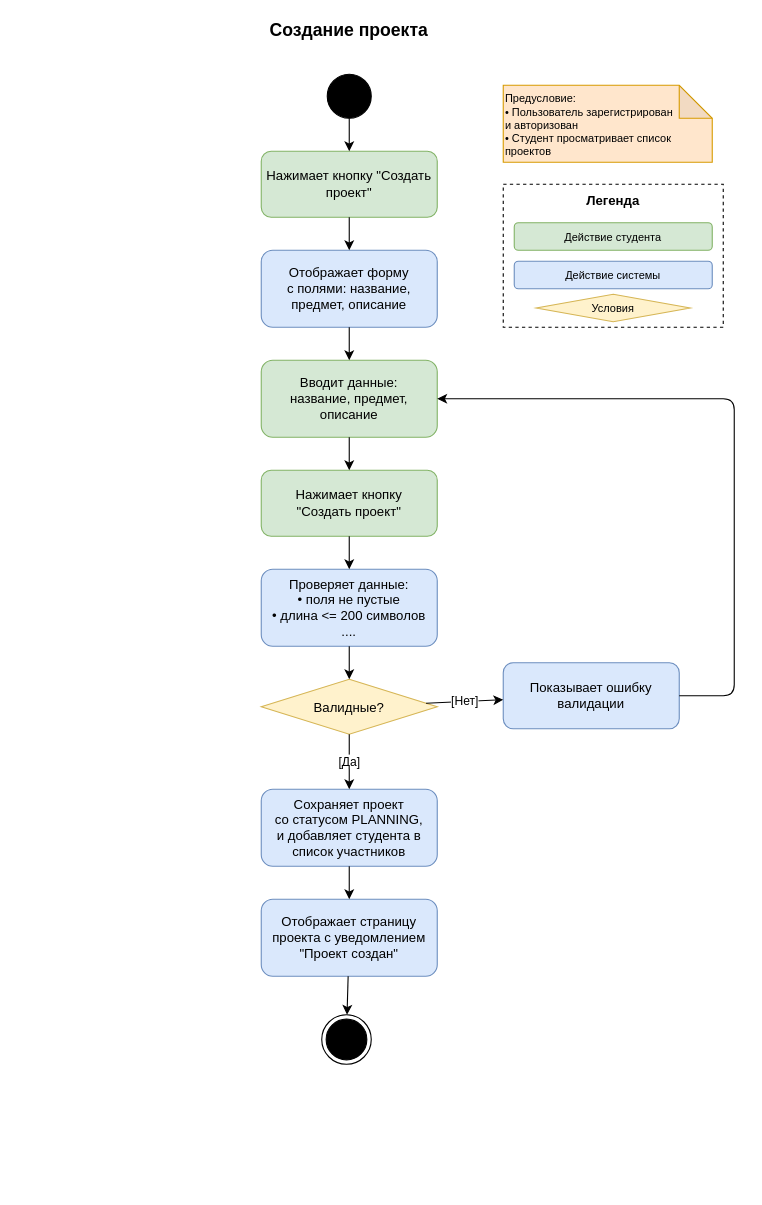
Educational-Projects-Se2my00of5/osnovyprymoyrazrabotki keeps this draw.io diagram as page "Создание проекта" (1 of 7) of diagrams/activity-scenarios.drawio. Above is the earlier version. Source tidied: cells renumbered, new cells numbered last; positions are measured from the earlier drawing's top-left corner, leaving out a move shared by most shapes. Both pictures are drawn from the tidied source at 110%, with x=0, y=0 at pixel (19, 19).
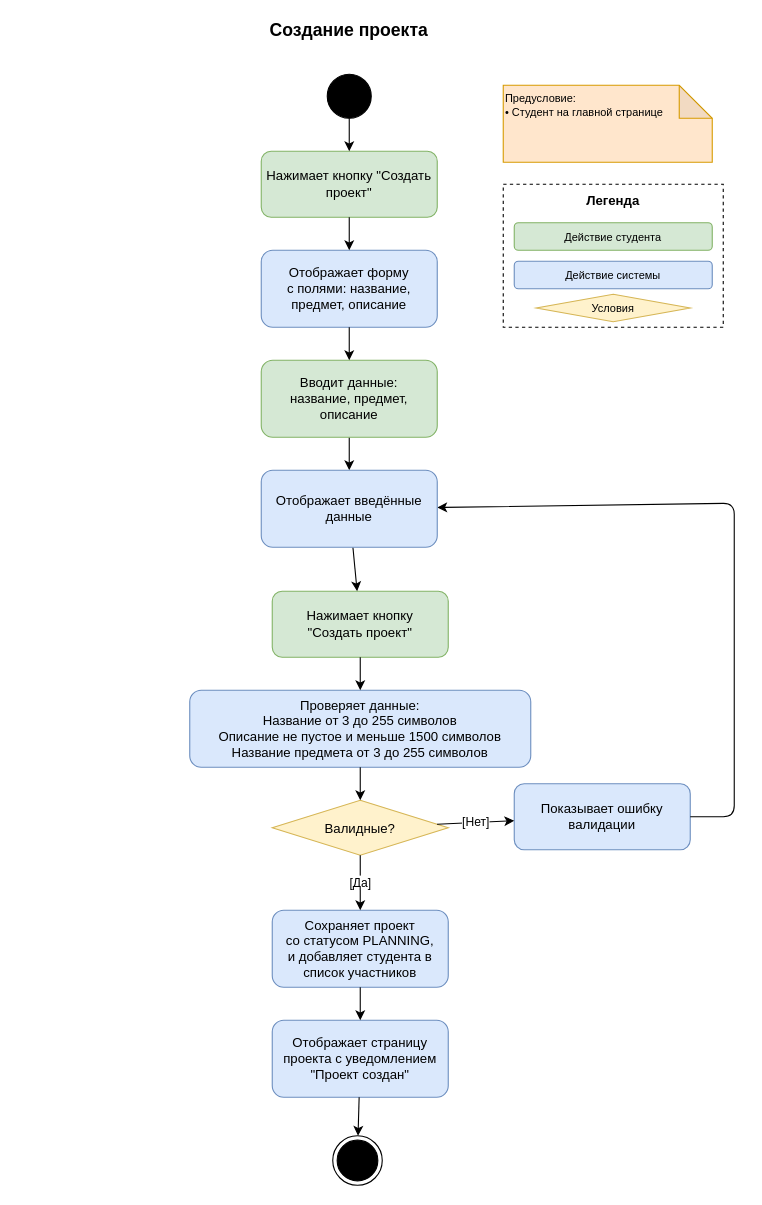
After the change.

The change refers to these unchanged cells:
```xml
<mxCell id="15" value="Вводит данные:&#10;название, предмет,&#10;описание" style="rounded=1;whiteSpace=wrap;html=1;fillColor=#d5e8d4;strokeColor=#82b366;" parent="1" vertex="1">
  <mxGeometry x="220" y="310" width="160" height="70" as="geometry" />
</mxCell>
```

Change to the diagram source:
```diff
@@
-    <mxCell id="3" value="Предусловие:&lt;br&gt;• Пользователь зарегистрирован&lt;br&gt;  и авторизован&lt;div&gt;&lt;font color=&quot;#000000&quot;&gt;&lt;span style=&quot;color: rgb(0, 0, 0);&quot;&gt;• Студент просматривает список проектов&lt;/span&gt;&lt;br&gt;&lt;/font&gt;&lt;div&gt;&lt;br&gt;&lt;/div&gt;&lt;/div&gt;" style="shape=note;whiteSpace=wrap;html=1;backgroundOutline=1;darkOpacity=0.05;fillColor=#ffe6cc;strokeColor=#d79b00;align=left;verticalAlign=top;fontSize=10;" parent="1" vertex="1">
+    <mxCell id="3" value="Предусловие:&lt;br&gt;&lt;div&gt;&lt;font color=&quot;#000000&quot;&gt;&lt;span style=&quot;color: rgb(0, 0, 0);&quot;&gt;• Студент на главной странице&lt;/span&gt;&lt;/font&gt;&lt;/div&gt;" style="shape=note;whiteSpace=wrap;html=1;backgroundOutline=1;darkOpacity=0.05;fillColor=#ffe6cc;strokeColor=#d79b00;align=left;verticalAlign=top;fontSize=10;" parent="1" vertex="1">
       <mxGeometry x="440" y="60" width="190" height="70" as="geometry" />
     </mxCell>
@@
+    <mxCell id="32" style="edgeStyle=none;html=1;exitX=0.5;exitY=1;exitDx=0;exitDy=0;" parent="1" edge="1" source="15" target="33">
+      <mxGeometry relative="1" as="geometry" />
+    </mxCell>
@@
     <mxCell id="17" value="Нажимает кнопку&#10;&quot;Создать проект&quot;" style="rounded=1;whiteSpace=wrap;html=1;fillColor=#d5e8d4;strokeColor=#82b366;" parent="1" vertex="1">
-      <mxGeometry x="220" y="410" width="160" height="60" as="geometry" />
+      <mxGeometry x="230" y="520" width="160" height="60" as="geometry" />
     </mxCell>
-    <mxCell id="18" style="endArrow=classic;html=1;" parent="1" edge="1" source="15" target="17">
+    <mxCell id="18" style="endArrow=classic;html=1;" parent="1" edge="1" source="33" target="17">
       <mxGeometry relative="1" as="geometry" />
     </mxCell>
-    <mxCell id="19" value="Проверяет данные:&lt;br&gt;• поля не пустые&lt;br&gt;• длина &amp;lt;= 200 символов&lt;br&gt;...." style="rounded=1;whiteSpace=wrap;html=1;fillColor=#dae8fc;strokeColor=#6c8ebf;" parent="1" vertex="1">
-      <mxGeometry x="220" y="500" width="160" height="70" as="geometry" />
+    <mxCell id="19" value="Проверяет данные:&lt;br&gt;Название от 3 до 255 символов&lt;div&gt;&lt;font color=&quot;#000000&quot;&gt;Описание не пустое и меньше 1500 символов&lt;/font&gt;&lt;br&gt;&lt;/div&gt;&lt;div&gt;Название предмета от 3 до 255 символов&lt;/div&gt;" style="rounded=1;whiteSpace=wrap;html=1;fillColor=#dae8fc;strokeColor=#6c8ebf;" parent="1" vertex="1">
+      <mxGeometry x="155" y="610" width="310" height="70" as="geometry" />
     </mxCell>
@@
     <mxCell id="21" value="Валидные?" style="rhombus;fillColor=#fff2cc;strokeColor=#d6b656;" parent="1" vertex="1">
-      <mxGeometry x="220" y="600" width="160" height="50" as="geometry" />
+      <mxGeometry x="230" y="710" width="160" height="50" as="geometry" />
     </mxCell>
@@
     <mxCell id="23" value="Показывает ошибку&#10;валидации" style="rounded=1;whiteSpace=wrap;html=1;fillColor=#dae8fc;strokeColor=#6c8ebf;" parent="1" vertex="1">
-      <mxGeometry x="440" y="585" width="160" height="60" as="geometry" />
+      <mxGeometry x="450" y="695" width="160" height="60" as="geometry" />
     </mxCell>
@@
-    <mxCell id="25" style="endArrow=classic;html=1;" parent="1" edge="1" source="23" target="15">
+    <mxCell id="25" style="endArrow=classic;html=1;" parent="1" edge="1" source="23" target="33">
       <mxGeometry relative="1" as="geometry">
         <Array as="points">
-          <mxPoint x="650" y="615" />
-          <mxPoint x="650" y="345" />
+          <mxPoint x="650" y="725" />
+          <mxPoint x="650" y="440" />
         </Array>
       </mxGeometry>
     </mxCell>
     <mxCell id="26" value="Сохраняет проект&lt;br&gt;со статусом PLANNING,&lt;br&gt;и добавляет студента в список участников" style="rounded=1;whiteSpace=wrap;html=1;fillColor=#dae8fc;strokeColor=#6c8ebf;" parent="1" vertex="1">
-      <mxGeometry x="220" y="700" width="160" height="70" as="geometry" />
+      <mxGeometry x="230" y="810" width="160" height="70" as="geometry" />
     </mxCell>
@@
     <mxCell id="28" value="Отображает страницу&#10;проекта с уведомлением&#10;&quot;Проект создан&quot;" style="rounded=1;whiteSpace=wrap;html=1;fillColor=#dae8fc;strokeColor=#6c8ebf;" parent="1" vertex="1">
-      <mxGeometry x="220" y="800" width="160" height="70" as="geometry" />
+      <mxGeometry x="230" y="910" width="160" height="70" as="geometry" />
     </mxCell>
@@
     <mxCell id="31" style="ellipse;html=1;shape=endState;fillColor=strokeColor;" parent="1" vertex="1">
-      <mxGeometry x="275" y="905" width="45" height="45" as="geometry" />
+      <mxGeometry x="285" y="1015" width="45" height="45" as="geometry" />
     </mxCell>
+    <mxCell id="33" value="Отображает введённые данные" style="rounded=1;whiteSpace=wrap;html=1;fillColor=#dae8fc;strokeColor=#6c8ebf;" parent="1" vertex="1">
+      <mxGeometry x="220" y="410" width="160" height="70" as="geometry" />
+    </mxCell>
```
